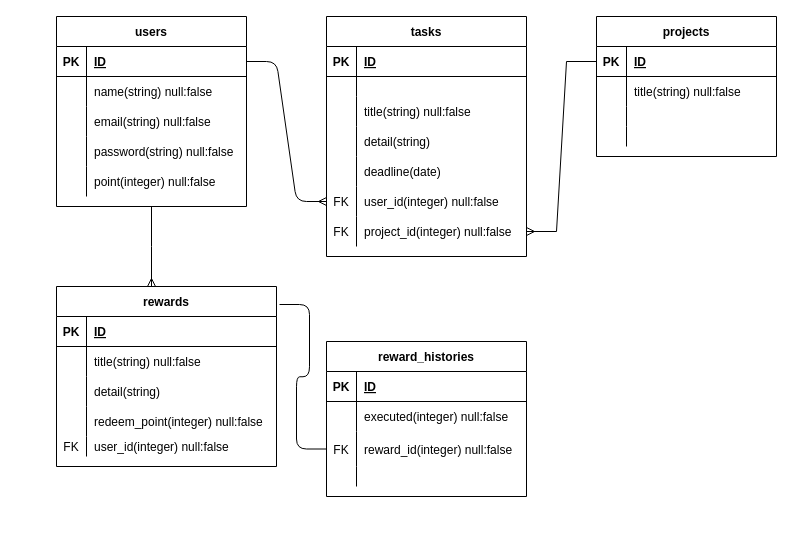
nicoiris/task-reward keeps this draw.io diagram as test.dio. Above is the earlier version. Source tidied: cells renumbered, new cells numbered last; positions are measured from the earlier drawing's top-left corner, leaving out a move shared by most shapes. Both pictures are drawn from the tidied source at 100%, with x=0, y=0 at pixel (56, 16).
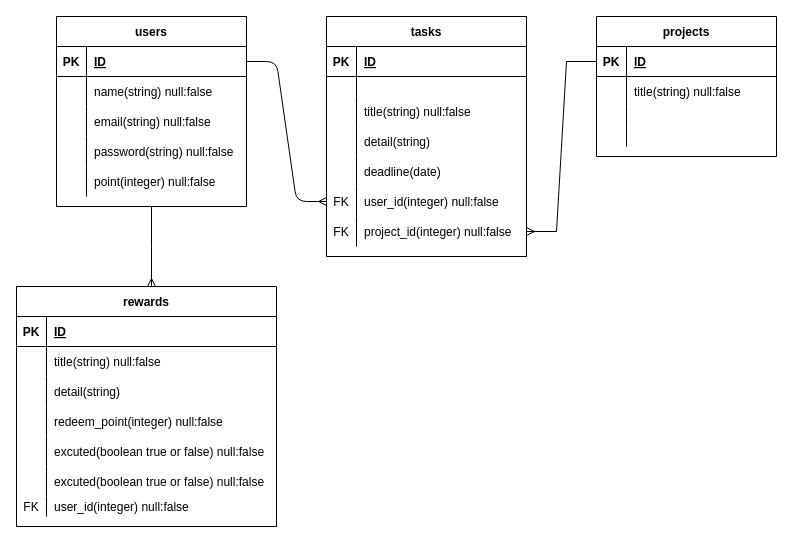
The same page after the edit.

The edit, as a diff of the source:
```diff
@@
     <mxCell id="41" value="rewards" style="shape=table;startSize=30;childLayout=tableLayout;rowLines=0;fontStyle=1;align=center;" parent="1" vertex="1">
-      <mxGeometry y="270" width="220" height="180" as="geometry" />
+      <mxGeometry x="-40" y="270" width="260" height="240" as="geometry" />
     </mxCell>
     <mxCell id="42" style="shape=partialRectangle;fillColor=none;top=0;left=0;bottom=1;right=0;" parent="41" vertex="1">
-      <mxGeometry y="30" width="220" height="30" as="geometry" />
+      <mxGeometry y="30" width="260" height="30" as="geometry" />
     </mxCell>
@@
     <mxCell id="44" value="ID" style="shape=partialRectangle;fillColor=none;top=0;left=0;bottom=0;right=0;align=left;spacingLeft=6;fontStyle=5;overflow=hidden;" parent="42" vertex="1">
-      <mxGeometry x="30" width="190" height="30" as="geometry" />
+      <mxGeometry x="30" width="230" height="30" as="geometry" />
     </mxCell>
     <mxCell id="45" style="shape=partialRectangle;fillColor=none;top=0;left=0;bottom=0;right=0;" parent="41" vertex="1">
-      <mxGeometry y="60" width="220" height="30" as="geometry" />
+      <mxGeometry y="60" width="260" height="30" as="geometry" />
     </mxCell>
@@
     <mxCell id="47" value="title(string) null:false" style="shape=partialRectangle;fillColor=none;top=0;left=0;bottom=0;right=0;align=left;spacingLeft=6;overflow=hidden;" parent="45" vertex="1">
-      <mxGeometry x="30" width="190" height="30" as="geometry" />
+      <mxGeometry x="30" width="230" height="30" as="geometry" />
     </mxCell>
     <mxCell id="48" style="shape=partialRectangle;fillColor=none;top=0;left=0;bottom=0;right=0;" parent="41" vertex="1">
-      <mxGeometry y="90" width="220" height="30" as="geometry" />
+      <mxGeometry y="90" width="260" height="30" as="geometry" />
     </mxCell>
@@
     <mxCell id="50" value="detail(string)" style="shape=partialRectangle;fillColor=none;top=0;left=0;bottom=0;right=0;align=left;spacingLeft=6;overflow=hidden;" parent="48" vertex="1">
-      <mxGeometry x="30" width="190" height="30" as="geometry" />
+      <mxGeometry x="30" width="230" height="30" as="geometry" />
     </mxCell>
+    <mxCell id="86" style="shape=partialRectangle;fillColor=none;top=0;left=0;bottom=0;right=0;" parent="41" vertex="1">
+      <mxGeometry y="120" width="260" height="30" as="geometry" />
+    </mxCell>
+    <mxCell id="87" style="shape=partialRectangle;fillColor=none;top=0;left=0;bottom=0;right=0;overflow=hidden;" parent="86" vertex="1">
+      <mxGeometry width="30" height="30" as="geometry" />
+    </mxCell>
+    <mxCell id="88" value="redeem_point(integer) null:false" style="shape=partialRectangle;fillColor=none;top=0;left=0;bottom=0;right=0;align=left;spacingLeft=6;overflow=hidden;" parent="86" vertex="1">
+      <mxGeometry x="30" width="230" height="30" as="geometry" />
+    </mxCell>
     <mxCell id="51" style="shape=partialRectangle;fillColor=none;top=0;left=0;bottom=0;right=0;" parent="41" vertex="1">
-      <mxGeometry y="120" width="220" height="30" as="geometry" />
+      <mxGeometry y="150" width="260" height="30" as="geometry" />
     </mxCell>
@@
-    <mxCell id="53" value="redeem_point(integer) null:false" style="shape=partialRectangle;fillColor=none;top=0;left=0;bottom=0;right=0;align=left;spacingLeft=6;overflow=hidden;" parent="51" vertex="1">
-      <mxGeometry x="30" width="190" height="30" as="geometry" />
+    <mxCell id="53" value="excuted(boolean true or false) null:false" style="shape=partialRectangle;fillColor=none;top=0;left=0;bottom=0;right=0;align=left;spacingLeft=6;overflow=hidden;" parent="51" vertex="1">
+      <mxGeometry x="30" width="230" height="30" as="geometry" />
     </mxCell>
+    <mxCell id="89" style="shape=partialRectangle;fillColor=none;top=0;left=0;bottom=0;right=0;" parent="41" vertex="1">
+      <mxGeometry y="180" width="260" height="30" as="geometry" />
+    </mxCell>
+    <mxCell id="90" style="shape=partialRectangle;fillColor=none;top=0;left=0;bottom=0;right=0;overflow=hidden;" parent="89" vertex="1">
+      <mxGeometry width="30" height="30" as="geometry" />
+    </mxCell>
+    <mxCell id="91" value="excuted(boolean true or false) null:false" style="shape=partialRectangle;fillColor=none;top=0;left=0;bottom=0;right=0;align=left;spacingLeft=6;overflow=hidden;" parent="89" vertex="1">
+      <mxGeometry x="30" width="230" height="30" as="geometry" />
+    </mxCell>
     <mxCell id="54" style="shape=partialRectangle;fillColor=none;top=0;left=0;bottom=0;right=0;" parent="41" vertex="1">
-      <mxGeometry y="150" width="220" height="20" as="geometry" />
+      <mxGeometry y="210" width="260" height="20" as="geometry" />
     </mxCell>
@@
     <mxCell id="56" value="user_id(integer) null:false" style="shape=partialRectangle;fillColor=none;top=0;left=0;bottom=0;right=0;align=left;spacingLeft=6;overflow=hidden;" parent="54" vertex="1">
-      <mxGeometry x="30" width="190" height="20" as="geometry" />
+      <mxGeometry x="30" width="230" height="20" as="geometry" />
     </mxCell>
@@
-    <mxCell id="58" style="edgeStyle=entityRelationEdgeStyle;fontSize=12;html=1;endArrow=none;entryX=0;entryY=0.5;entryDx=0;entryDy=0;endFill=0;" parent="1" edge="1" target="80">
-      <mxGeometry relative="1" as="geometry">
-        <mxPoint x="223" y="288" as="sourcePoint" />
-      </mxGeometry>
-    </mxCell>
@@
-    <mxCell id="73" value="reward_histories" style="shape=table;startSize=30;childLayout=tableLayout;rowLines=0;fontStyle=1;align=center;" parent="1" vertex="1">
-      <mxGeometry x="270" y="325" width="200" height="155" as="geometry" />
-    </mxCell>
-    <mxCell id="74" style="shape=partialRectangle;fillColor=none;top=0;left=0;bottom=1;right=0;" parent="73" vertex="1">
-      <mxGeometry y="30" width="200" height="30" as="geometry" />
-    </mxCell>
-    <mxCell id="75" value="PK" style="shape=partialRectangle;fillColor=none;top=0;left=0;bottom=0;right=0;fontStyle=1;overflow=hidden;" parent="74" vertex="1">
-      <mxGeometry width="30" height="30" as="geometry" />
-    </mxCell>
-    <mxCell id="76" value="ID" style="shape=partialRectangle;fillColor=none;top=0;left=0;bottom=0;right=0;align=left;spacingLeft=6;fontStyle=5;overflow=hidden;" parent="74" vertex="1">
-      <mxGeometry x="30" width="170" height="30" as="geometry" />
-    </mxCell>
-    <mxCell id="77" style="shape=partialRectangle;fillColor=none;top=0;left=0;bottom=0;right=0;" parent="73" vertex="1">
-      <mxGeometry y="60" width="200" height="30" as="geometry" />
-    </mxCell>
-    <mxCell id="78" style="shape=partialRectangle;fillColor=none;top=0;left=0;bottom=0;right=0;overflow=hidden;" parent="77" vertex="1">
-      <mxGeometry width="30" height="30" as="geometry" />
-    </mxCell>
-    <mxCell id="79" value="executed(integer) null:false" style="shape=partialRectangle;fillColor=none;top=0;left=0;bottom=0;right=0;align=left;spacingLeft=6;overflow=hidden;labelBorderColor=none;" parent="77" vertex="1">
-      <mxGeometry x="30" width="170" height="30" as="geometry" />
-    </mxCell>
-    <mxCell id="80" style="shape=partialRectangle;fillColor=none;top=0;left=0;bottom=0;right=0;points=[[0,0.5],[1,0.5]];portConstraint=eastwest;" parent="73" vertex="1">
-      <mxGeometry y="90" width="200" height="35" as="geometry" />
-    </mxCell>
-    <mxCell id="81" value="FK" style="shape=partialRectangle;fillColor=none;top=0;left=0;bottom=0;right=0;overflow=hidden;" parent="80" vertex="1">
-      <mxGeometry width="30" height="35" as="geometry" />
-    </mxCell>
-    <mxCell id="82" value="reward_id(integer) null:false" style="shape=partialRectangle;fillColor=none;top=0;left=0;bottom=0;right=0;align=left;spacingLeft=6;overflow=hidden;" parent="80" vertex="1">
-      <mxGeometry x="30" width="170" height="35" as="geometry" />
-    </mxCell>
-    <mxCell id="83" style="shape=partialRectangle;fillColor=none;top=0;left=0;bottom=0;right=0;" parent="73" vertex="1">
-      <mxGeometry y="125" width="200" height="20" as="geometry" />
-    </mxCell>
-    <mxCell id="84" style="shape=partialRectangle;fillColor=none;top=0;left=0;bottom=0;right=0;overflow=hidden;" parent="83" vertex="1">
-      <mxGeometry width="30" height="20" as="geometry" />
-    </mxCell>
-    <mxCell id="85" style="shape=partialRectangle;fillColor=none;top=0;left=0;bottom=0;right=0;align=left;spacingLeft=6;overflow=hidden;" parent="83" vertex="1">
-      <mxGeometry x="30" width="170" height="20" as="geometry" />
-    </mxCell>
```
